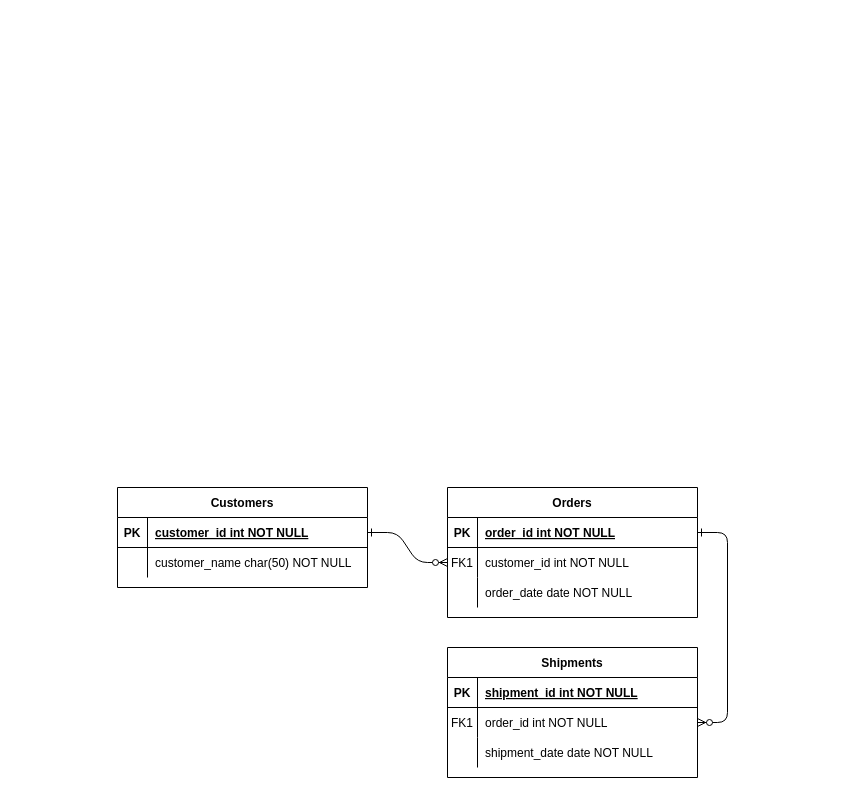
The draw.io diagram Untitled Diagram.drawio in FlorinM02/Examen_sem1_Muica, before the edit. Source tidied: cells renumbered, new cells numbered last; positions are measured from the earlier drawing's top-left corner, leaving out a move shared by most shapes. Both pictures are drawn from the tidied source at 100%, with x=0, y=0 at pixel (117, 487).
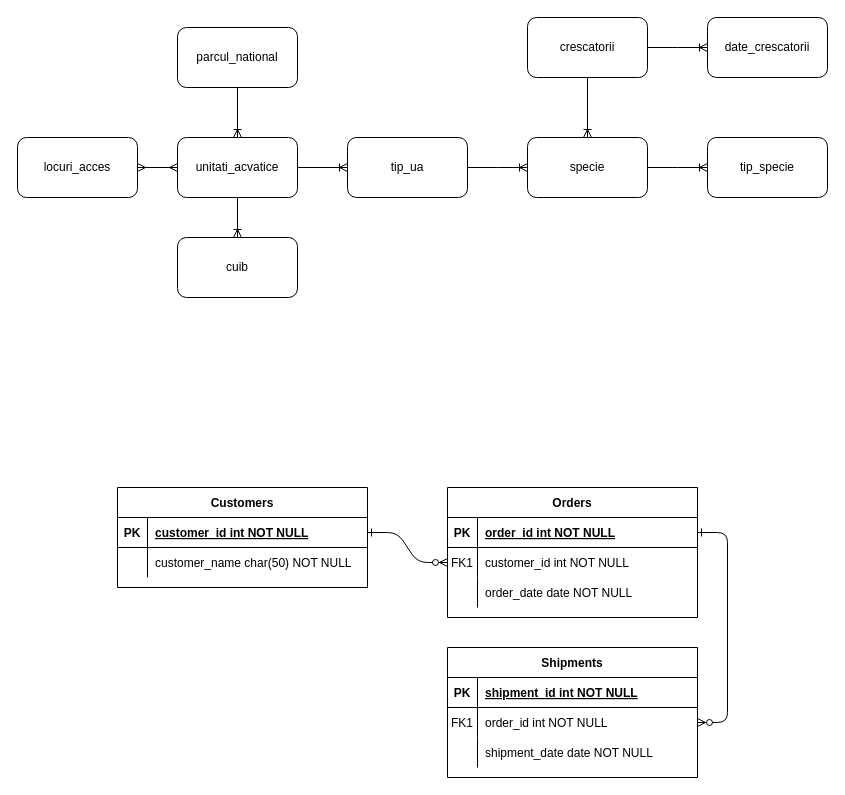
Above is the later version.

Change to the diagram source:
```diff
@@
+    <mxCell id="31" value="parcul_national" style="rounded=1;whiteSpace=wrap;html=1;" parent="1" vertex="1">
+      <mxGeometry x="60" y="-460" width="120" height="60" as="geometry" />
+    </mxCell>
+    <mxCell id="32" value="unitati_acvatice" style="rounded=1;whiteSpace=wrap;html=1;" parent="1" vertex="1">
+      <mxGeometry x="60" y="-350" width="120" height="60" as="geometry" />
+    </mxCell>
+    <mxCell id="33" style="fontSize=12;html=1;endArrow=ERoneToMany;rounded=0;exitX=0.5;exitY=1;exitDx=0;exitDy=0;entryX=0.5;entryY=0;entryDx=0;entryDy=0;" parent="1" edge="1" source="31" target="32">
+      <mxGeometry relative="1" as="geometry" />
+    </mxCell>
+    <mxCell id="34" value="tip_ua" style="rounded=1;whiteSpace=wrap;html=1;" parent="1" vertex="1">
+      <mxGeometry x="230" y="-350" width="120" height="60" as="geometry" />
+    </mxCell>
+    <mxCell id="35" style="edgeStyle=entityRelationEdgeStyle;fontSize=12;html=1;endArrow=ERoneToMany;rounded=0;exitX=1;exitY=0.5;exitDx=0;exitDy=0;entryX=0;entryY=0.5;entryDx=0;entryDy=0;" parent="1" edge="1" source="32" target="34">
+      <mxGeometry relative="1" as="geometry" />
+    </mxCell>
+    <mxCell id="36" value="specie" style="rounded=1;whiteSpace=wrap;html=1;" parent="1" vertex="1">
+      <mxGeometry x="410" y="-350" width="120" height="60" as="geometry" />
+    </mxCell>
+    <mxCell id="37" style="edgeStyle=entityRelationEdgeStyle;fontSize=12;html=1;endArrow=ERoneToMany;rounded=0;exitX=1;exitY=0.5;exitDx=0;exitDy=0;entryX=0;entryY=0.5;entryDx=0;entryDy=0;" parent="1" edge="1" source="34" target="36">
+      <mxGeometry relative="1" as="geometry" />
+    </mxCell>
+    <mxCell id="38" value="tip_specie" style="rounded=1;whiteSpace=wrap;html=1;" parent="1" vertex="1">
+      <mxGeometry x="590" y="-350" width="120" height="60" as="geometry" />
+    </mxCell>
+    <mxCell id="39" style="edgeStyle=entityRelationEdgeStyle;fontSize=12;html=1;endArrow=ERoneToMany;rounded=0;exitX=1;exitY=0.5;exitDx=0;exitDy=0;entryX=0;entryY=0.5;entryDx=0;entryDy=0;" parent="1" edge="1" source="36" target="38">
+      <mxGeometry relative="1" as="geometry" />
+    </mxCell>
+    <mxCell id="40" value="cuib" style="rounded=1;whiteSpace=wrap;html=1;" parent="1" vertex="1">
+      <mxGeometry x="60" y="-250" width="120" height="60" as="geometry" />
+    </mxCell>
+    <mxCell id="41" style="fontSize=12;html=1;endArrow=ERoneToMany;rounded=0;exitX=0.5;exitY=1;exitDx=0;exitDy=0;entryX=0.5;entryY=0;entryDx=0;entryDy=0;" parent="1" edge="1" source="32" target="40">
+      <mxGeometry relative="1" as="geometry" />
+    </mxCell>
+    <mxCell id="42" value="crescatorii" style="rounded=1;whiteSpace=wrap;html=1;" parent="1" vertex="1">
+      <mxGeometry x="410" y="-470" width="120" height="60" as="geometry" />
+    </mxCell>
+    <mxCell id="43" style="fontSize=12;html=1;endArrow=ERoneToMany;rounded=0;entryX=0.5;entryY=0;entryDx=0;entryDy=0;exitX=0.5;exitY=1;exitDx=0;exitDy=0;" parent="1" edge="1" source="42" target="36">
+      <mxGeometry relative="1" as="geometry" />
+    </mxCell>
+    <mxCell id="44" value="date_crescatorii" style="rounded=1;whiteSpace=wrap;html=1;" parent="1" vertex="1">
+      <mxGeometry x="590" y="-470" width="120" height="60" as="geometry" />
+    </mxCell>
+    <mxCell id="45" style="edgeStyle=entityRelationEdgeStyle;fontSize=12;html=1;endArrow=ERoneToMany;rounded=0;exitX=1;exitY=0.5;exitDx=0;exitDy=0;entryX=0;entryY=0.5;entryDx=0;entryDy=0;" parent="1" edge="1" source="42" target="44">
+      <mxGeometry relative="1" as="geometry" />
+    </mxCell>
+    <mxCell id="46" value="locuri_acces" style="rounded=1;whiteSpace=wrap;html=1;" parent="1" vertex="1">
+      <mxGeometry x="-100" y="-350" width="120" height="60" as="geometry" />
+    </mxCell>
+    <mxCell id="47" style="edgeStyle=entityRelationEdgeStyle;fontSize=12;html=1;endArrow=ERmany;startArrow=ERmany;rounded=0;exitX=1;exitY=0.5;exitDx=0;exitDy=0;entryX=0;entryY=0.5;entryDx=0;entryDy=0;" parent="1" edge="1" source="46" target="32">
+      <mxGeometry relative="1" as="geometry" />
+    </mxCell>
```
